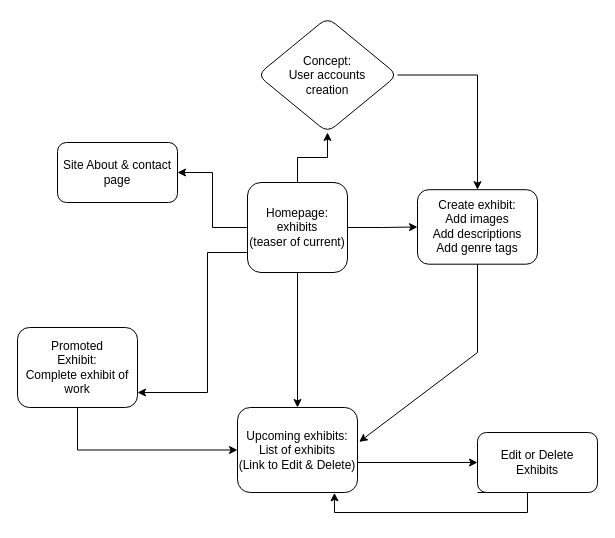
Before: final-project.drawio in llukkah/open-studios, a draw.io diagram. Source tidied: cells renumbered, new cells numbered last; positions are measured from the earlier drawing's top-left corner, leaving out a move shared by most shapes. Both pictures are drawn from the tidied source at 100%, with x=0, y=0 at pixel (17, 17).
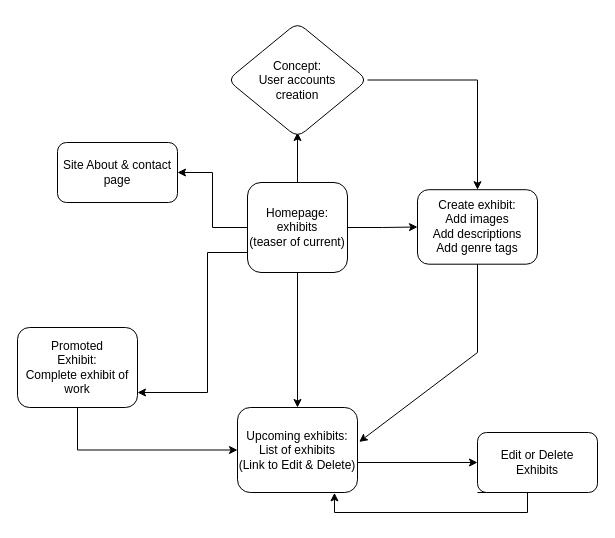
After the change.

Unchanged cells that the change refers to:
```xml
<mxCell id="7" value="&lt;div&gt;Homepage:&lt;/div&gt;&lt;div&gt;exhibits &lt;br&gt;&lt;/div&gt;&lt;div&gt;(teaser of current)&lt;br&gt;&lt;/div&gt;" style="rounded=1;whiteSpace=wrap;html=1;" parent="1" vertex="1">
  <mxGeometry x="230" y="165" width="100" height="90" as="geometry" />
</mxCell>
```

Diff of the diagram source:
```diff
@@
-    <mxCell id="6" style="edgeStyle=orthogonalEdgeStyle;rounded=0;jettySize=auto;html=1;" parent="1" edge="1" source="7" target="18">
-      <mxGeometry relative="1" as="geometry" />
+    <mxCell id="6" style="edgeStyle=orthogonalEdgeStyle;rounded=0;jettySize=auto;html=1;" parent="1" edge="1" source="7">
+      <mxGeometry relative="1" as="geometry">
+        <mxPoint x="280" y="115" as="targetPoint" />
+      </mxGeometry>
     </mxCell>
@@
     <mxCell id="18" value="&lt;div&gt;Concept:&lt;/div&gt;&lt;div&gt;User accounts&lt;/div&gt;&lt;div&gt;creation&lt;br&gt;&lt;/div&gt;" style="rhombus;whiteSpace=wrap;html=1;rounded=1;" parent="1" vertex="1">
-      <mxGeometry x="240" width="140" height="115" as="geometry" />
+      <mxGeometry x="210" y="5" width="140" height="115" as="geometry" />
     </mxCell>
```
